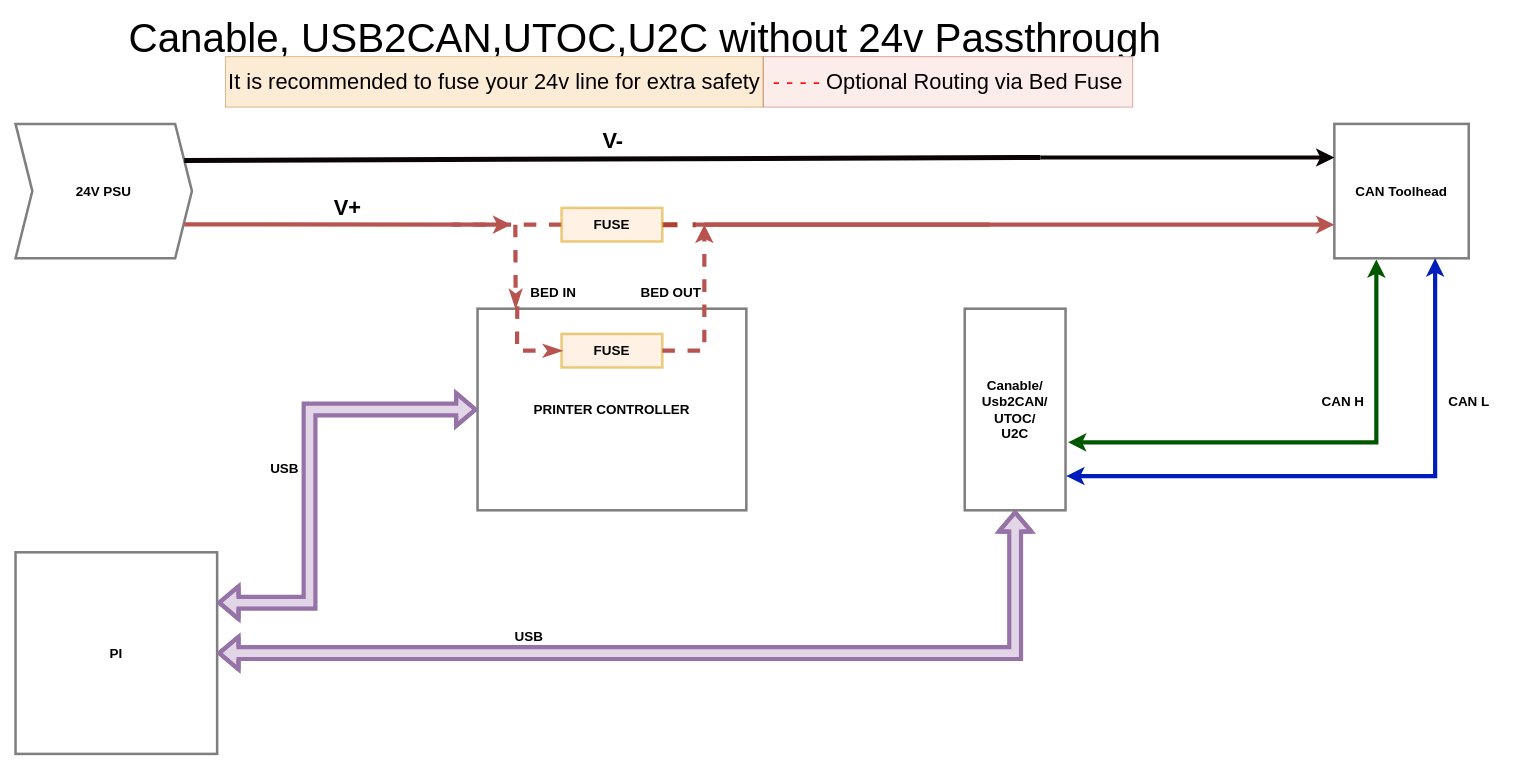
maz0r/klipper_canbus keeps this draw.io diagram as images/usb_nopassthrough.drawio. Above is the earlier version. Source tidied: cells renumbered, new cells numbered last; positions are measured from the earlier drawing's top-left corner, leaving out a move shared by most shapes. Both pictures are drawn from the tidied source at 84%, with x=0, y=0 at pixel (15, 23).
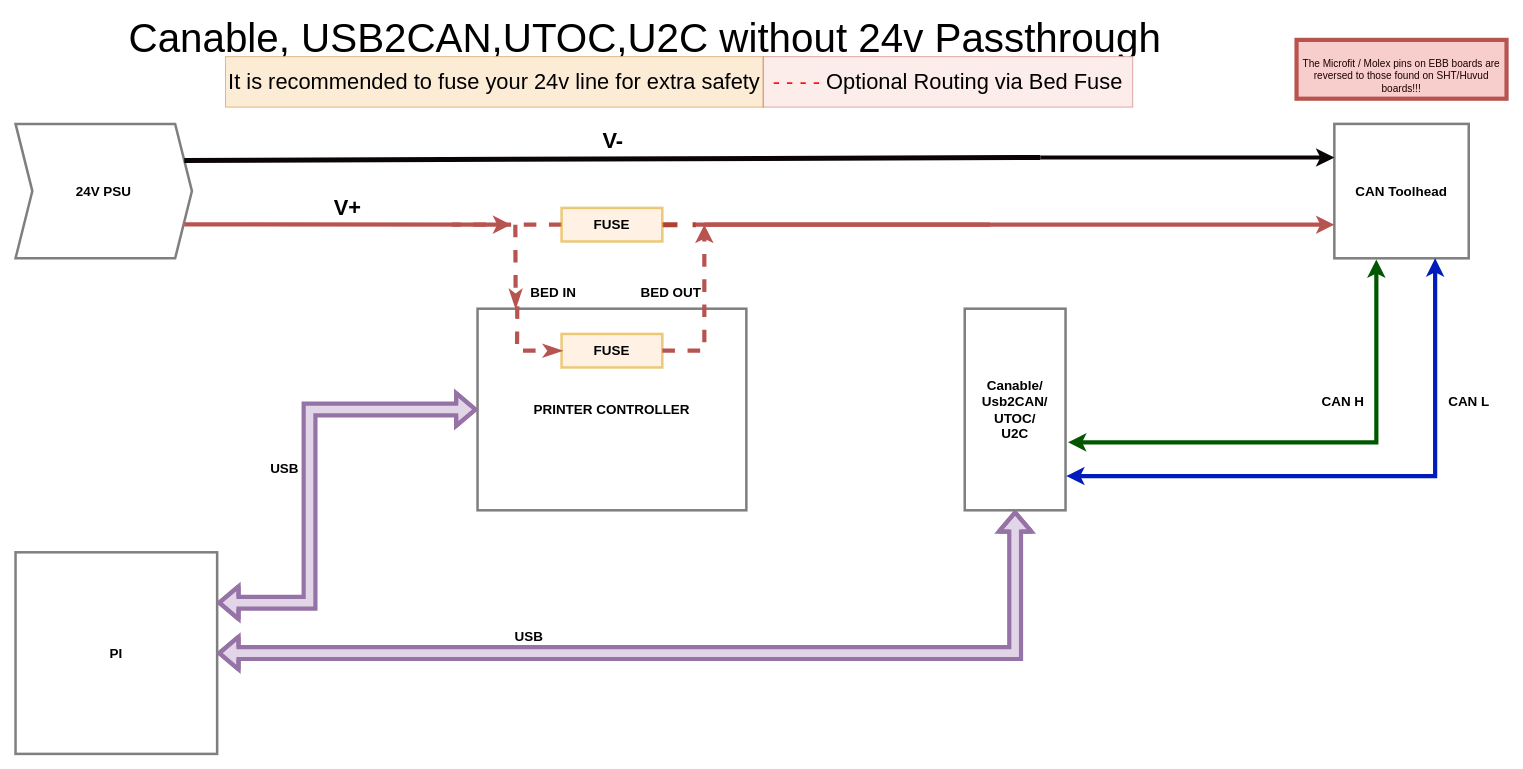
Above is the later version.

What changed in the source:
```diff
@@
+    <mxCell id="27" value="&lt;div style=&quot;font-size: 12px;&quot;&gt;&lt;font style=&quot;font-size: 12px;&quot; color=&quot;#1A0101&quot;&gt;The Microfit / Molex pins on EBB boards are reversed to those found on SHT/Huvud boards!!!&lt;/font&gt;&lt;/div&gt;" style="text;html=1;strokeColor=#b85450;fillColor=#f8cecc;spacing=5;spacingTop=-20;whiteSpace=wrap;overflow=hidden;rounded=0;fontSize=12;align=center;verticalAlign=bottom;strokeWidth=5;labelPosition=center;verticalLabelPosition=middle;" parent="1" vertex="1">
+      <mxGeometry x="1525" y="20" width="250" height="70" as="geometry" />
+    </mxCell>
```
